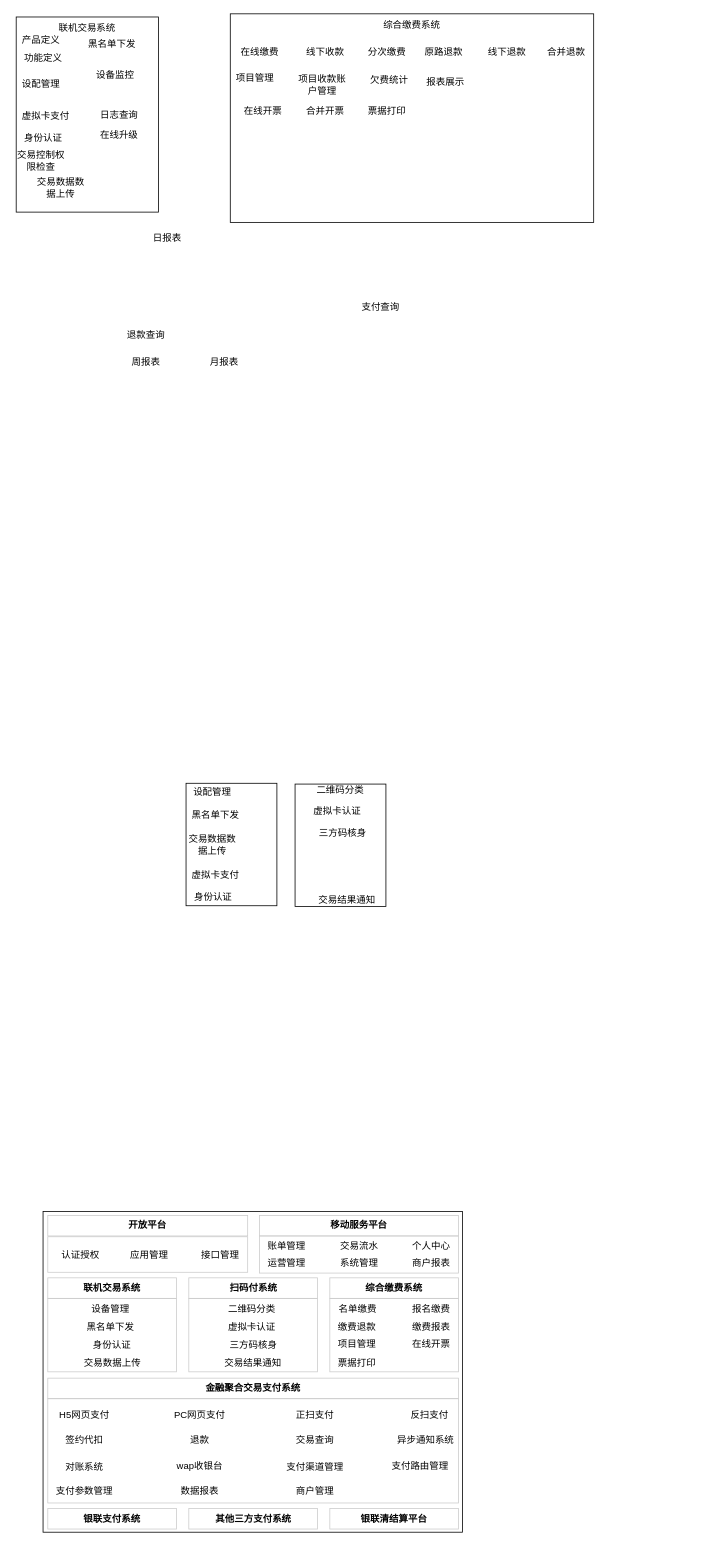
Above: 厦大-金融交易聚合支付平台.drawio in ifelsewang/draw (draw.io), before the change. Source tidied: cells renumbered, new cells numbered last; positions are measured from the earlier drawing's top-left corner, leaving out a move shared by most shapes. Both pictures are drawn from the tidied source at 79%, with x=0, y=0 at pixel (13, 13).
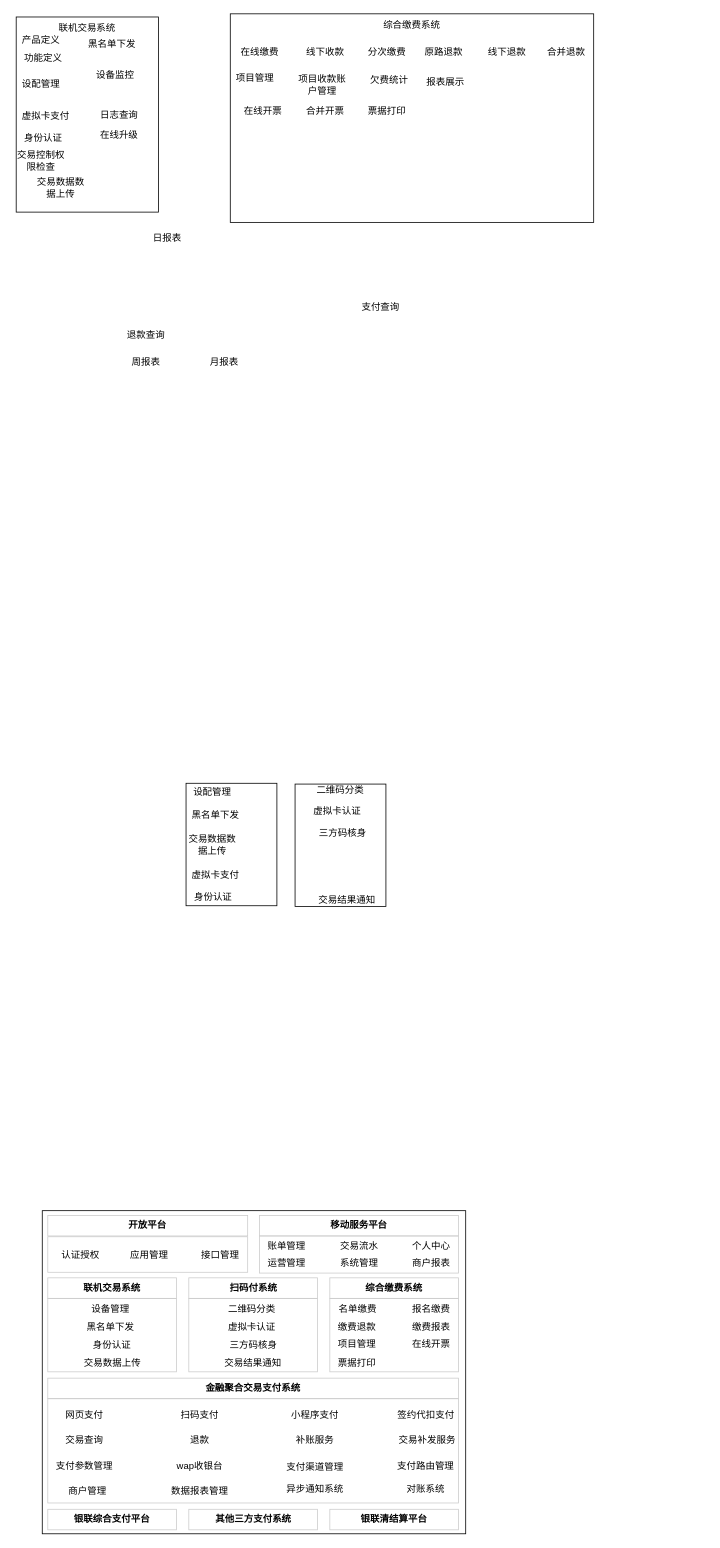
The same page after the edit.

Commit message (it also covers changes not shown here):
Update 厦大-金融交易聚合支付平台.drawio

Diff of the diagram source:
```diff
@@
-    <mxCell id="2" style="rounded=0;whiteSpace=wrap;html=1;fillColor=none;" parent="1" vertex="1">
-      <mxGeometry x="37" y="1516" width="531" height="406" as="geometry" />
-    </mxCell>
+    <mxCell id="103" style="rounded=0;whiteSpace=wrap;html=1;strokeColor=#000000;fillColor=none;" parent="1" vertex="1">
+      <mxGeometry x="36" y="1515" width="536" height="409" as="geometry" />
+    </mxCell>
@@
-    <mxCell id="6" value="H5网页支付" style="text;html=1;strokeColor=none;fillColor=none;align=center;verticalAlign=middle;whiteSpace=wrap;rounded=0;" parent="1" vertex="1">
+    <mxCell id="6" value="网页支付" style="text;html=1;strokeColor=none;fillColor=none;align=center;verticalAlign=middle;whiteSpace=wrap;rounded=0;" parent="1" vertex="1">
       <mxGeometry x="55" y="1764" width="69" height="19" as="geometry" />
     </mxCell>
-    <mxCell id="7" value="PC网页支付" style="text;html=1;strokeColor=none;fillColor=none;align=center;verticalAlign=middle;whiteSpace=wrap;rounded=0;" parent="1" vertex="1">
+    <mxCell id="7" value="扫码支付" style="text;html=1;strokeColor=none;fillColor=none;align=center;verticalAlign=middle;whiteSpace=wrap;rounded=0;" parent="1" vertex="1">
       <mxGeometry x="201" y="1764" width="69" height="19" as="geometry" />
     </mxCell>
-    <mxCell id="8" value="正扫支付" style="text;html=1;strokeColor=none;fillColor=none;align=center;verticalAlign=middle;whiteSpace=wrap;rounded=0;" parent="1" vertex="1">
+    <mxCell id="8" value="小程序支付" style="text;html=1;strokeColor=none;fillColor=none;align=center;verticalAlign=middle;whiteSpace=wrap;rounded=0;" parent="1" vertex="1">
       <mxGeometry x="347" y="1764" width="69" height="19" as="geometry" />
     </mxCell>
@@
     <mxCell id="11" value="对账系统" style="text;html=1;strokeColor=none;fillColor=none;align=center;verticalAlign=middle;whiteSpace=wrap;rounded=0;" parent="1" vertex="1">
-      <mxGeometry x="50" y="1830" width="79" height="19" as="geometry" />
+      <mxGeometry x="481.5" y="1858" width="79" height="19" as="geometry" />
     </mxCell>
-    <mxCell id="12" value="异步通知系统" style="text;html=1;strokeColor=none;fillColor=none;align=center;verticalAlign=middle;whiteSpace=wrap;rounded=0;" parent="1" vertex="1">
-      <mxGeometry x="481.5" y="1796" width="79" height="19" as="geometry" />
+    <mxCell id="12" value="交易补发服务" style="text;html=1;strokeColor=none;fillColor=none;align=center;verticalAlign=middle;whiteSpace=wrap;rounded=0;" parent="1" vertex="1">
+      <mxGeometry x="484" y="1796" width="79" height="19" as="geometry" />
     </mxCell>
     <mxCell id="13" value="商户管理" style="text;html=1;strokeColor=none;fillColor=none;align=center;verticalAlign=middle;whiteSpace=wrap;rounded=0;" parent="1" vertex="1">
-      <mxGeometry x="342" y="1860" width="79" height="19" as="geometry" />
+      <mxGeometry x="53.5" y="1860" width="79" height="19" as="geometry" />
     </mxCell>
@@
     <mxCell id="48" value="支付路由管理" style="text;html=1;strokeColor=none;fillColor=none;align=center;verticalAlign=middle;whiteSpace=wrap;rounded=0;" parent="1" vertex="1">
-      <mxGeometry x="475" y="1828" width="79" height="19" as="geometry" />
+      <mxGeometry x="481.5" y="1828" width="79" height="19" as="geometry" />
     </mxCell>
@@
     <mxCell id="52" value="交易查询" style="text;html=1;strokeColor=none;fillColor=none;align=center;verticalAlign=middle;whiteSpace=wrap;rounded=0;" parent="1" vertex="1">
-      <mxGeometry x="342" y="1796" width="79" height="19" as="geometry" />
+      <mxGeometry x="50" y="1796" width="79" height="19" as="geometry" />
     </mxCell>
@@
-    <mxCell id="67" value="数据报表" style="text;html=1;strokeColor=none;fillColor=none;align=center;verticalAlign=middle;whiteSpace=wrap;rounded=0;" parent="1" vertex="1">
+    <mxCell id="67" value="数据报表管理" style="text;html=1;strokeColor=none;fillColor=none;align=center;verticalAlign=middle;whiteSpace=wrap;rounded=0;" parent="1" vertex="1">
       <mxGeometry x="196" y="1860" width="79" height="19" as="geometry" />
     </mxCell>
     <mxCell id="68" value="支付参数管理" style="text;html=1;strokeColor=none;fillColor=none;align=center;verticalAlign=middle;whiteSpace=wrap;rounded=0;" parent="1" vertex="1">
-      <mxGeometry x="50" y="1860" width="79" height="19" as="geometry" />
+      <mxGeometry x="50" y="1828" width="79" height="19" as="geometry" />
     </mxCell>
@@
-    <mxCell id="84" value="反扫支付" style="text;html=1;strokeColor=none;fillColor=none;align=center;verticalAlign=middle;whiteSpace=wrap;rounded=0;" parent="1" vertex="1">
-      <mxGeometry x="491.5" y="1764" width="69" height="19" as="geometry" />
+    <mxCell id="84" value="签约代扣支付" style="text;html=1;strokeColor=none;fillColor=none;align=center;verticalAlign=middle;whiteSpace=wrap;rounded=0;" parent="1" vertex="1">
+      <mxGeometry x="483" y="1764" width="77.5" height="19" as="geometry" />
     </mxCell>
-    <mxCell id="85" value="签约代扣" style="text;html=1;strokeColor=none;fillColor=none;align=center;verticalAlign=middle;whiteSpace=wrap;rounded=0;" parent="1" vertex="1">
-      <mxGeometry x="50" y="1796" width="79" height="19" as="geometry" />
-    </mxCell>
-    <mxCell id="86" style="edgeStyle=orthogonalEdgeStyle;rounded=0;orthogonalLoop=1;jettySize=auto;html=1;exitX=0.5;exitY=1;exitDx=0;exitDy=0;" parent="1" edge="1" source="85" target="85">
-      <mxGeometry relative="1" as="geometry" />
+    <mxCell id="86" style="edgeStyle=orthogonalEdgeStyle;rounded=0;orthogonalLoop=1;jettySize=auto;html=1;exitX=0.5;exitY=1;exitDx=0;exitDy=0;" parent="1" edge="1">
+      <mxGeometry relative="1" as="geometry">
+        <mxPoint x="89.5" y="1815" as="sourcePoint" />
+        <mxPoint x="89.5" y="1815" as="targetPoint" />
+      </mxGeometry>
     </mxCell>
-    <mxCell id="87" value="银联支付系统" style="rounded=0;whiteSpace=wrap;html=1;fontStyle=1;strokeColor=#CCCCCC;fillColor=none;" parent="1" vertex="1">
-      <mxGeometry x="43" y="1892" width="163" height="26" as="geometry" />
+    <mxCell id="87" value="银联综合支付平台" style="rounded=0;whiteSpace=wrap;html=1;fontStyle=1;strokeColor=#CCCCCC;fillColor=none;" parent="1" vertex="1">
+      <mxGeometry x="43" y="1893" width="163" height="26" as="geometry" />
     </mxCell>
     <mxCell id="88" value="其他三方支付系统" style="rounded=0;whiteSpace=wrap;html=1;fontStyle=1;strokeColor=#CCCCCC;fillColor=none;" parent="1" vertex="1">
-      <mxGeometry x="221.5" y="1892" width="163" height="26" as="geometry" />
+      <mxGeometry x="221.5" y="1893" width="163" height="26" as="geometry" />
     </mxCell>
     <mxCell id="89" value="银联清结算平台" style="rounded=0;whiteSpace=wrap;html=1;fontStyle=1;strokeColor=#CCCCCC;fillColor=none;" parent="1" vertex="1">
-      <mxGeometry x="400" y="1892" width="163" height="26" as="geometry" />
+      <mxGeometry x="400" y="1893" width="163" height="26" as="geometry" />
     </mxCell>
@@
+    <mxCell id="104" value="补账服务" style="text;html=1;strokeColor=none;fillColor=none;align=center;verticalAlign=middle;whiteSpace=wrap;rounded=0;" parent="1" vertex="1">
+      <mxGeometry x="342" y="1796" width="79" height="19" as="geometry" />
+    </mxCell>
+    <mxCell id="105" value="异步通知系统" style="text;html=1;strokeColor=none;fillColor=none;align=center;verticalAlign=middle;whiteSpace=wrap;rounded=0;" parent="1" vertex="1">
+      <mxGeometry x="342" y="1858" width="79" height="19" as="geometry" />
+    </mxCell>
```
